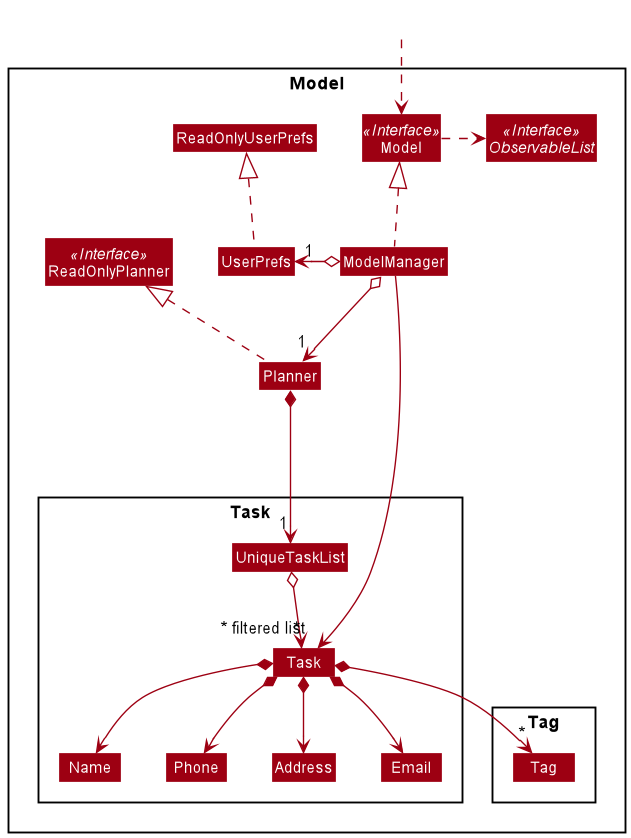
The PlantUML diagram docs/images/ModelClassDiagram.png in nus-cs2103-AY2021S2/tp, before a commit.
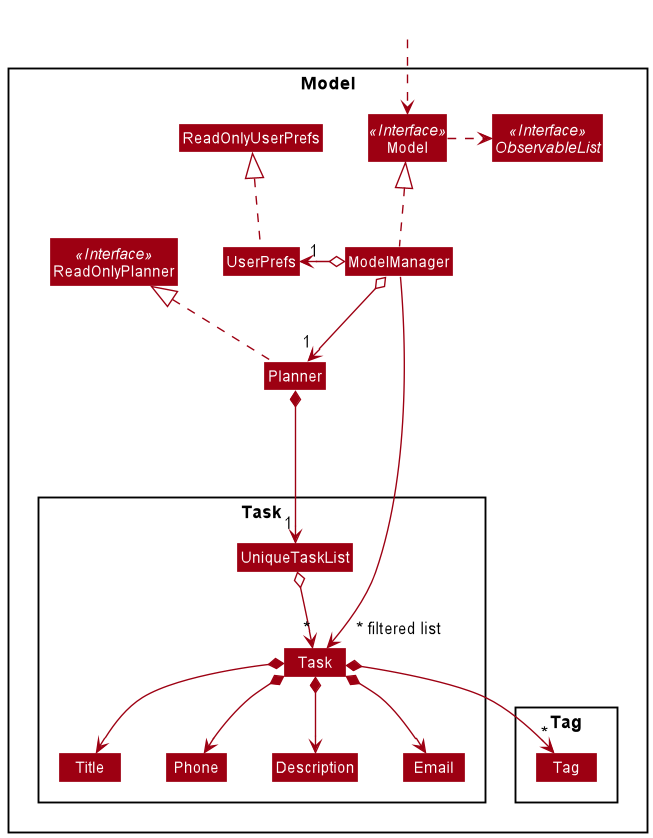
After the commit.

Commit message:
Update UML diagrams with Description and Planner

Diff of the diagram source:
```diff
@@ -17,9 +17,9 @@
 
 Package Task {
 Class Task
-Class Address
+Class Description
 Class Email
-Class Name
+Class Title
 Class Phone
 Class UniqueTaskList
 }
@@ -42,15 +42,15 @@
 
 Planner *--> "1" UniqueTaskList
 UniqueTaskList o--> "*" Task
-Task *--> Name
+Task *--> Title
 Task *--> Phone
 Task *--> Email
-Task *--> Address
+Task *--> Description
 Task *--> "*" Tag
 
-Name -[hidden]right-> Phone
-Phone -[hidden]right-> Address
-Address -[hidden]right-> Email
+Title -[hidden]right-> Phone
+Phone -[hidden]right-> Description
+Description -[hidden]right-> Email
 
 ModelManager ----->" ~* filtered list" Task
 @enduml
```
